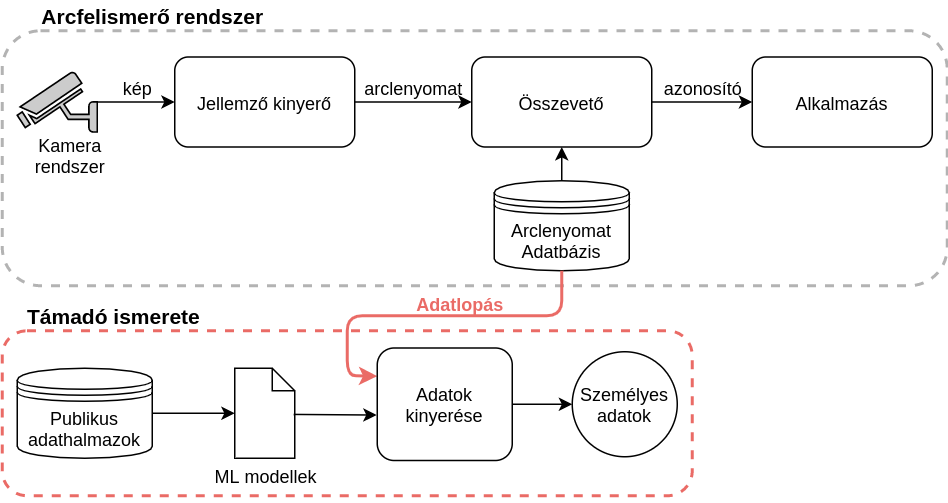
Earlier version of the draw.io export figures/attacker_model.png (TopiCsarno/Diplomamunka). Source tidied: cells renumbered, new cells last; positions are measured from the earlier drawing's top-left corner, leaving out a move shared by most shapes.
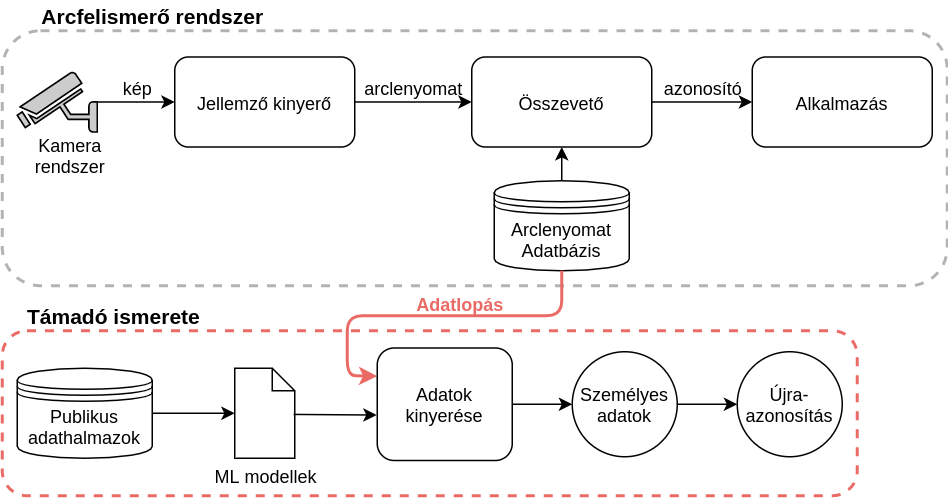
Later version of the same file.

Change to the diagram source:
```diff
@@ -3,7 +3,7 @@
     <mxCell id="0" />
     <mxCell id="1" parent="0" />
     <mxCell id="2" style="rounded=1;whiteSpace=wrap;html=1;fillColor=none;dashed=1;strokeColor=#EA6B66;strokeWidth=2;" parent="1" vertex="1">
-      <mxGeometry y="220" width="460" height="110" as="geometry" />
+      <mxGeometry y="220" width="570" height="110" as="geometry" />
     </mxCell>
     <mxCell id="3" style="rounded=1;whiteSpace=wrap;html=1;fillColor=none;dashed=1;strokeWidth=2;strokeColor=#B3B3B3;" parent="1" vertex="1">
       <mxGeometry y="20" width="630" height="170" as="geometry" />
@@ -89,5 +89,14 @@
     <mxCell id="28" value="&lt;span style=&quot;color: rgb(0 , 0 , 0) ; font-family: &amp;#34;helvetica&amp;#34; ; font-size: 12px ; font-style: normal ; font-weight: 400 ; letter-spacing: normal ; text-align: center ; text-indent: 0px ; text-transform: none ; word-spacing: 0px ; display: inline ; float: none&quot;&gt;ML modellek&lt;/span&gt;" style="text;whiteSpace=wrap;html=1;" parent="1" vertex="1">
       <mxGeometry x="140" y="304" width="90" height="30" as="geometry" />
     </mxCell>
+    <mxCell id="29" value="&lt;font color=&quot;#000000&quot;&gt;Újra-&lt;br&gt;azonosítás&lt;br&gt;&lt;/font&gt;" style="ellipse;whiteSpace=wrap;html=1;fontColor=#EA6B66;strokeColor=#000000;fillColor=#ffffff;" parent="1" vertex="1">
+      <mxGeometry x="490" y="234" width="70" height="70" as="geometry" />
+    </mxCell>
+    <mxCell id="30" style="edgeStyle=orthogonalEdgeStyle;rounded=0;orthogonalLoop=1;jettySize=auto;html=1;entryX=0;entryY=0.5;entryDx=0;entryDy=0;fontColor=#EA6B66;strokeColor=#000000;strokeWidth=1;" parent="1" edge="1">
+      <mxGeometry relative="1" as="geometry">
+        <mxPoint x="450" y="269" as="sourcePoint" />
+        <mxPoint x="490" y="269" as="targetPoint" />
+      </mxGeometry>
+    </mxCell>
   </root>
 </mxGraphModel>
```
